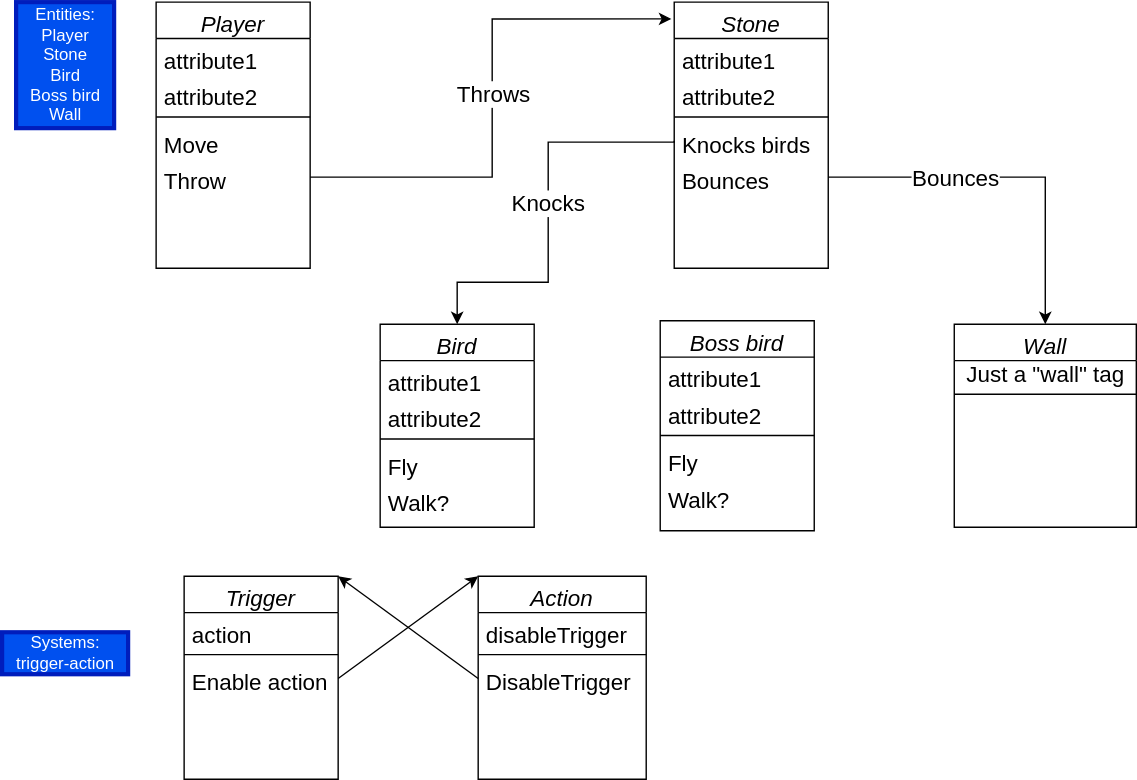
Above: EntitiesAndSystems.drawio.svg in DesseyCodes/The-Kidnapping-of-the-Damsel (draw.io), before the change. Source tidied: cells renumbered, new cells last; positions are measured from the earlier drawing's top-left corner, leaving out a move shared by most shapes.
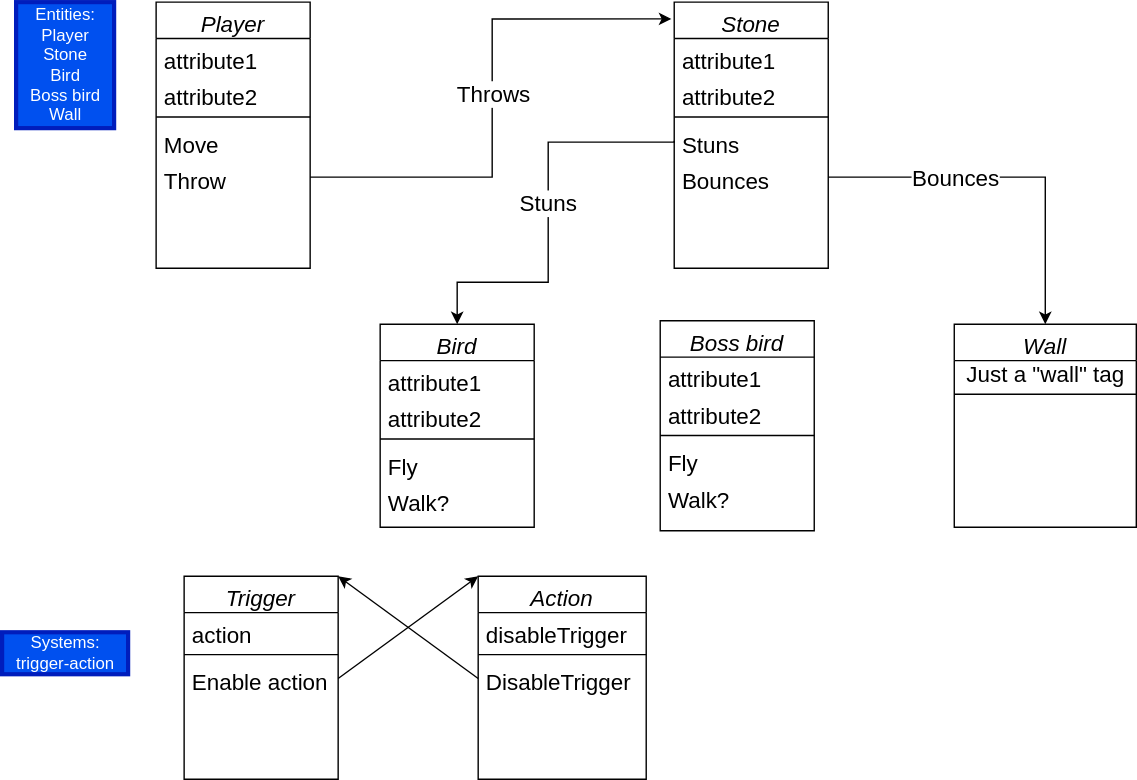
After the change.

The edit, as a diff of the source:
```diff
@@ -32,7 +32,7 @@
     <mxCell id="11" style="line;html=1;strokeWidth=1;align=left;verticalAlign=middle;spacingTop=-1;spacingLeft=3;spacingRight=3;labelPosition=right;" parent="8" vertex="1">
       <mxGeometry y="78" width="110" height="8" as="geometry" />
     </mxCell>
-    <mxCell id="12" value="Knocks birds" style="text;align=left;verticalAlign=top;spacingLeft=4;spacingRight=4;overflow=hidden;points=[[0,0.5],[1,0.5]];portConstraint=eastwest;fontSize=16;" parent="8" vertex="1">
+    <mxCell id="12" value="Stuns" style="text;align=left;verticalAlign=top;spacingLeft=4;spacingRight=4;overflow=hidden;points=[[0,0.5],[1,0.5]];portConstraint=eastwest;fontSize=16;" parent="8" vertex="1">
       <mxGeometry y="86" width="110" height="26" as="geometry" />
     </mxCell>
     <mxCell id="13" value="Bounces" style="text;align=left;verticalAlign=top;spacingLeft=4;spacingRight=4;overflow=hidden;points=[[0,0.5],[1,0.5]];portConstraint=eastwest;fontSize=16;" parent="8" vertex="1">
@@ -74,7 +74,7 @@
         </Array>
       </mxGeometry>
     </mxCell>
-    <mxCell id="23" value="Knocks" style="edgeLabel;html=1;align=center;verticalAlign=middle;fontSize=16;" parent="22" vertex="1">
+    <mxCell id="23" value="Stuns" style="edgeLabel;html=1;align=center;verticalAlign=middle;fontSize=16;" parent="22" vertex="1">
       <mxGeometry x="0.19" y="-1" relative="1" as="geometry">
         <mxPoint y="-36" as="offset" />
       </mxGeometry>
```
